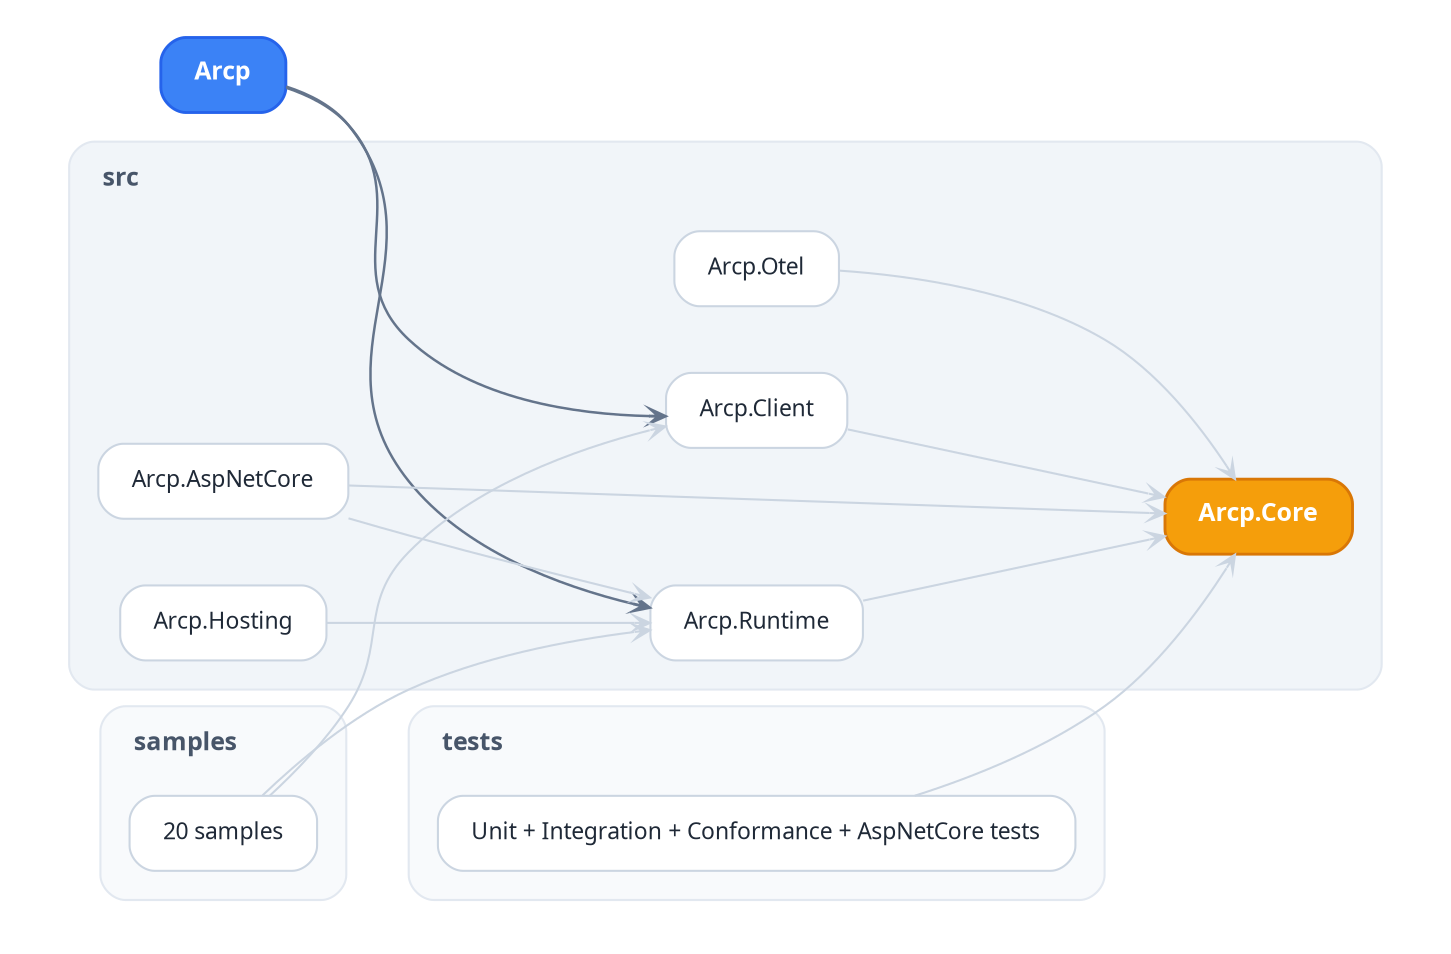
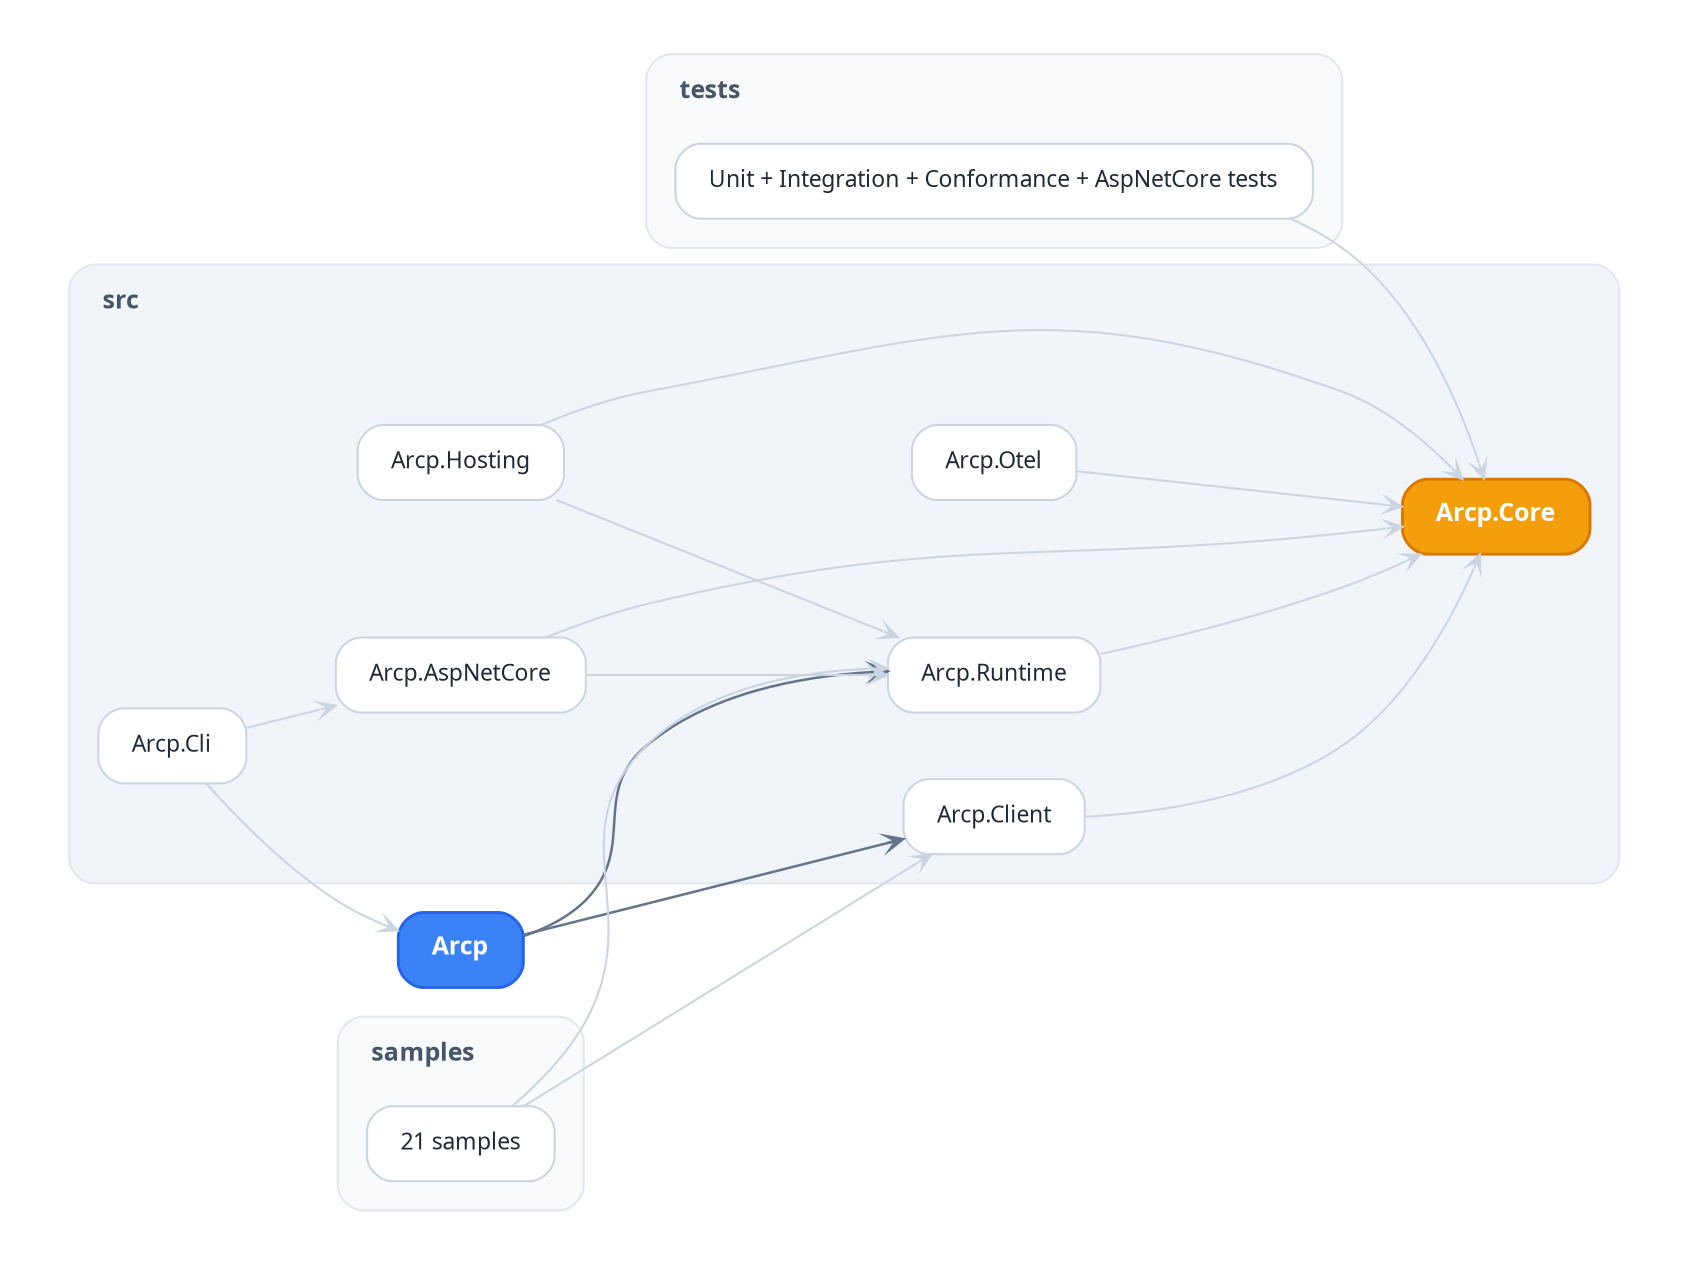
// ARCP C# SDK — project dependency graph (light variant)
digraph ArcpProjects {
  rankdir=LR;
  bgcolor="transparent";
  compound=true;
  fontname="TT Commons Pro Trial";
  splines=spline;
  nodesep=0.45;
  ranksep=0.6;
  pad="0.35,0.25";

  node [
    shape=box, style="rounded,filled",
    fillcolor="white", color="#CBD5E1",
    fontname="TT Commons Pro Trial", fontsize=11, fontcolor="#1F2937",
    margin="0.22,0.11", penwidth=1.0
  ];
  edge [
    fontname="TT Commons Pro Trial", fontsize=9, fontcolor="#64748B",
    color="#94A3B8", penwidth=1.1, arrowsize=0.75, arrowhead=vee
  ];

  Arcp [
    label=<<FONT POINT-SIZE="12"><B>Arcp</B></FONT>>,
    fillcolor="#3B82F6", color="#2563EB",
    fontcolor="white", penwidth=1.4
  ];

  subgraph cluster_src {
    label=<<TABLE BORDER="0" CELLBORDER="0" CELLPADDING="0" CELLSPACING="0"><TR><TD COLSPAN="3" HEIGHT="8"></TD></TR><TR><TD WIDTH="8"></TD><TD><FONT POINT-SIZE="12"><B>src</B></FONT></TD><TD WIDTH="8"></TD></TR></TABLE>>;
    style="rounded,filled";
    fillcolor="#F1F5F9"; color="#E2E8F0";
    fontname="TT Commons Pro Trial"; fontcolor="#475569";
    margin=14; labeljust=l; penwidth=1.0;

    Core [
      label=<<FONT POINT-SIZE="12"><B>Arcp.Core</B></FONT>>,
      fillcolor="#F59E0B", color="#D97706",
      fontcolor="white", penwidth=1.4
    ];
    Client      [label="Arcp.Client"];
    Runtime     [label="Arcp.Runtime"];
    AspNetCore  [label="Arcp.AspNetCore"];
    Otel        [label="Arcp.Otel"];
    Hosting     [label="Arcp.Hosting"];
+     Cli         [label="Arcp.Cli"];
  }

  subgraph cluster_samples {
    label=<<TABLE BORDER="0" CELLBORDER="0" CELLPADDING="0" CELLSPACING="0"><TR><TD COLSPAN="3" HEIGHT="8"></TD></TR><TR><TD WIDTH="8"></TD><TD><FONT POINT-SIZE="12"><B>samples</B></FONT></TD><TD WIDTH="8"></TD></TR></TABLE>>;
    style="rounded,filled";
    fillcolor="#F8FAFC"; color="#E2E8F0";
    fontname="TT Commons Pro Trial"; fontcolor="#475569";
    margin=14; labeljust=l; penwidth=1.0;

-     Samples [label="20 samples", shape=box];
+     Samples [label="21 samples", shape=box];
  }

  subgraph cluster_tests {
    label=<<TABLE BORDER="0" CELLBORDER="0" CELLPADDING="0" CELLSPACING="0"><TR><TD COLSPAN="3" HEIGHT="8"></TD></TR><TR><TD WIDTH="8"></TD><TD><FONT POINT-SIZE="12"><B>tests</B></FONT></TD><TD WIDTH="8"></TD></TR></TABLE>>;
    style="rounded,filled";
    fillcolor="#F8FAFC"; color="#E2E8F0";
    fontname="TT Commons Pro Trial"; fontcolor="#475569";
    margin=14; labeljust=l; penwidth=1.0;

    Tests [label="Unit + Integration + Conformance + AspNetCore tests"];
  }

  // Primary spine — Arcp umbrella fans out to Client + Runtime.
  edge [color="#64748B", penwidth=1.2];
  Arcp -> Client;
  Arcp -> Runtime;

  // Library deps: every src project routes through Core.
  edge [color="#CBD5E1", penwidth=1.0];
  Client     -> Core;
  Runtime    -> Core;
  AspNetCore -> Runtime;
  AspNetCore -> Core;
  Otel       -> Core;
  Hosting    -> Runtime;
+   Hosting    -> Core;
+   Cli        -> Arcp;
+   Cli        -> AspNetCore;

  Samples -> Client;
  Samples -> Runtime;
  Tests   -> Core;
}
